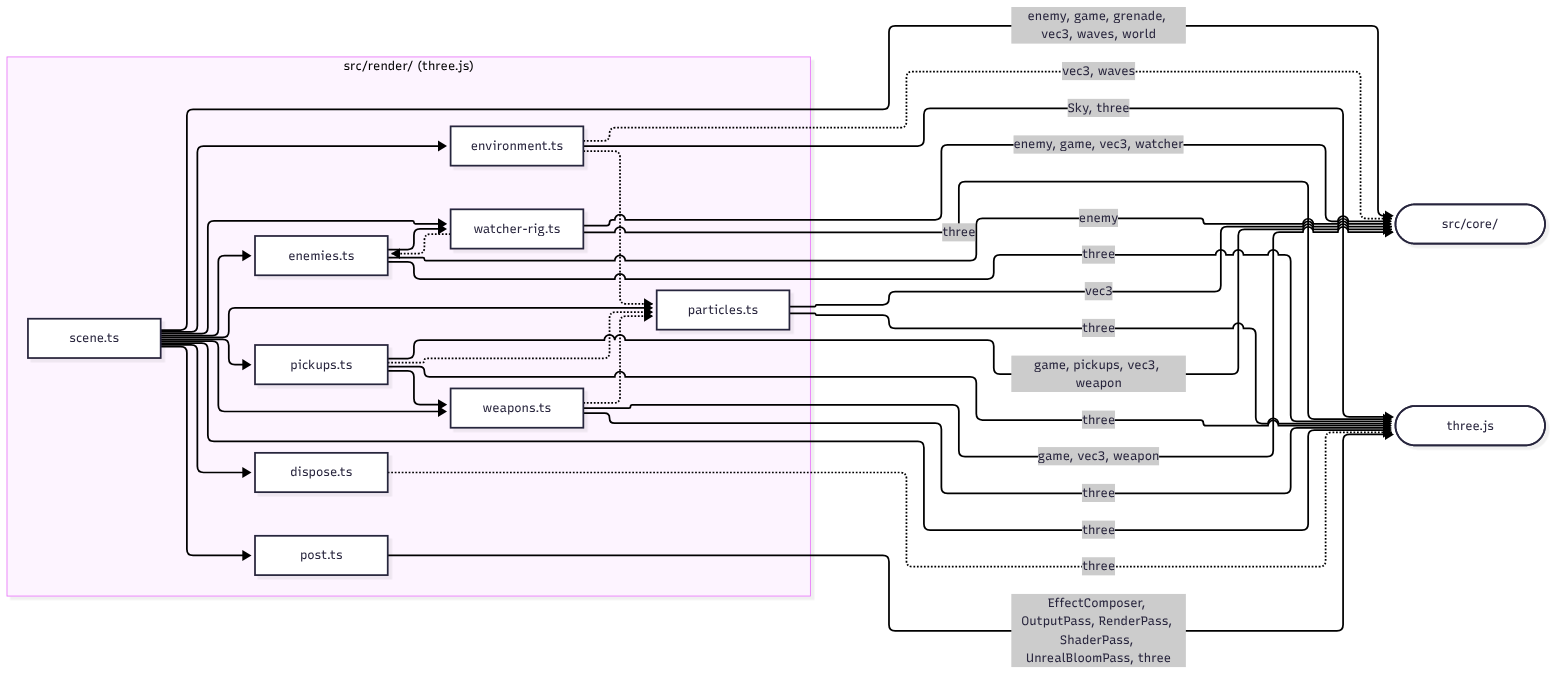
This is docs/architecture/render/render-components.png from agh/ringfall, a Mermaid export, as it was before one commit. Its source is kept beside it as docs/architecture/diagrams/render-components.mmd.
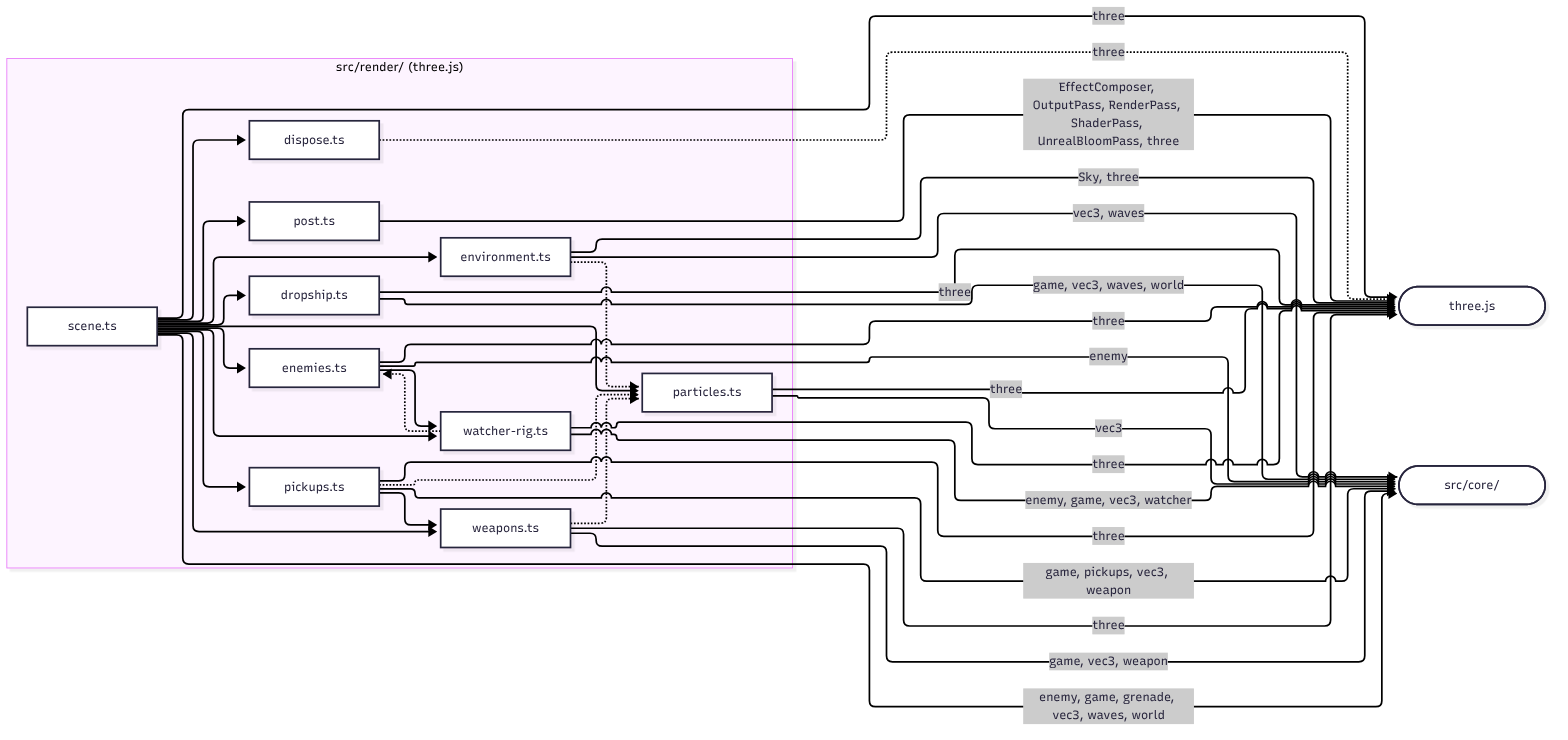
After the change.

Commit message:
docs(architecture): add the dropship module to the generated map

Diff of the diagram source:
```diff
@@ -2,6 +2,7 @@
 flowchart LR
   subgraph render["src/render/ (three.js)"]
     render_dispose["dispose.ts"]
+    render_dropship["dropship.ts"]
     render_enemies["enemies.ts"]
     render_environment["environment.ts"]
     render_particles["particles.ts"]
@@ -16,6 +17,7 @@
   render_pickups -.-> render_particles
   render_pickups --> render_weapons
   render_scene --> render_dispose
+  render_scene --> render_dropship
   render_scene --> render_enemies
   render_scene --> render_environment
   render_scene --> render_particles
@@ -28,6 +30,8 @@
   core(["src/core/"])
   three(["three.js"])
   render_dispose -.->|"three"| three
+  render_dropship -->|"three"| three
+  render_dropship -->|"game, vec3, waves, world"| core
   render_enemies -->|"three"| three
   render_enemies -->|"enemy"| core
   render_environment -->|"Sky, three"| three
```
